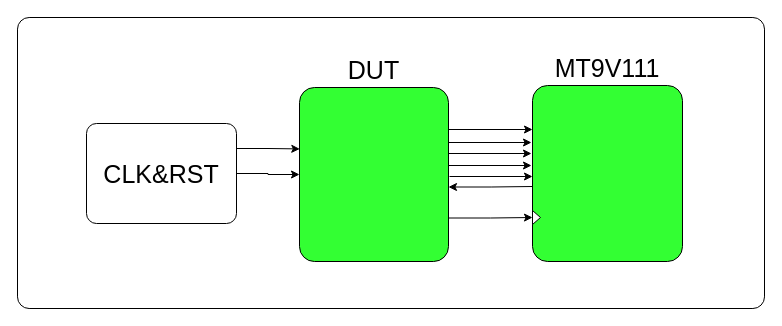
Above: page "TESTBENCH" (1 of 5) of projects/vicon_cmgj/diagram/vicon.drawio in carlosmgj/VICON (draw.io), before the change. Source tidied: cells renumbered, new cells numbered last; positions are measured from the earlier drawing's top-left corner, leaving out a move shared by most shapes. Both pictures are drawn from the tidied source at 100%, with x=0, y=0 at pixel (17, 17).
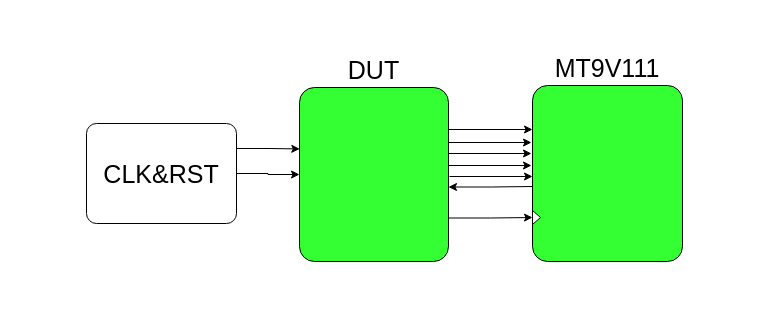
The same diagram, later.

Change to the diagram source:
```diff
@@
-    <mxCell id="2" style="rounded=1;whiteSpace=wrap;html=1;arcSize=4;" parent="1" vertex="1">
-      <mxGeometry width="747" height="291" as="geometry" />
-    </mxCell>
```
